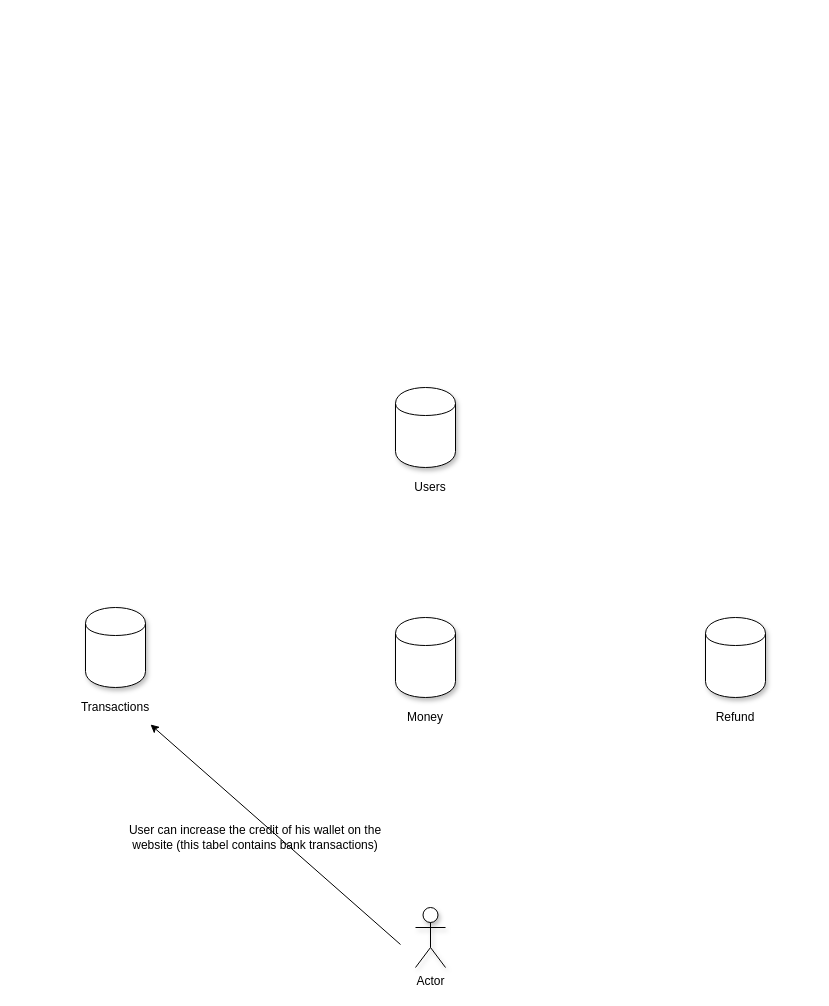
The draw.io diagram Untitled Diagram.drawio in sajadshafizadeh/test, before the edit. Source tidied: cells renumbered, new cells numbered last; positions are measured from the earlier drawing's top-left corner, leaving out a move shared by most shapes. Both pictures are drawn from the tidied source at 100%, with x=0, y=0 at pixel (85, 387).
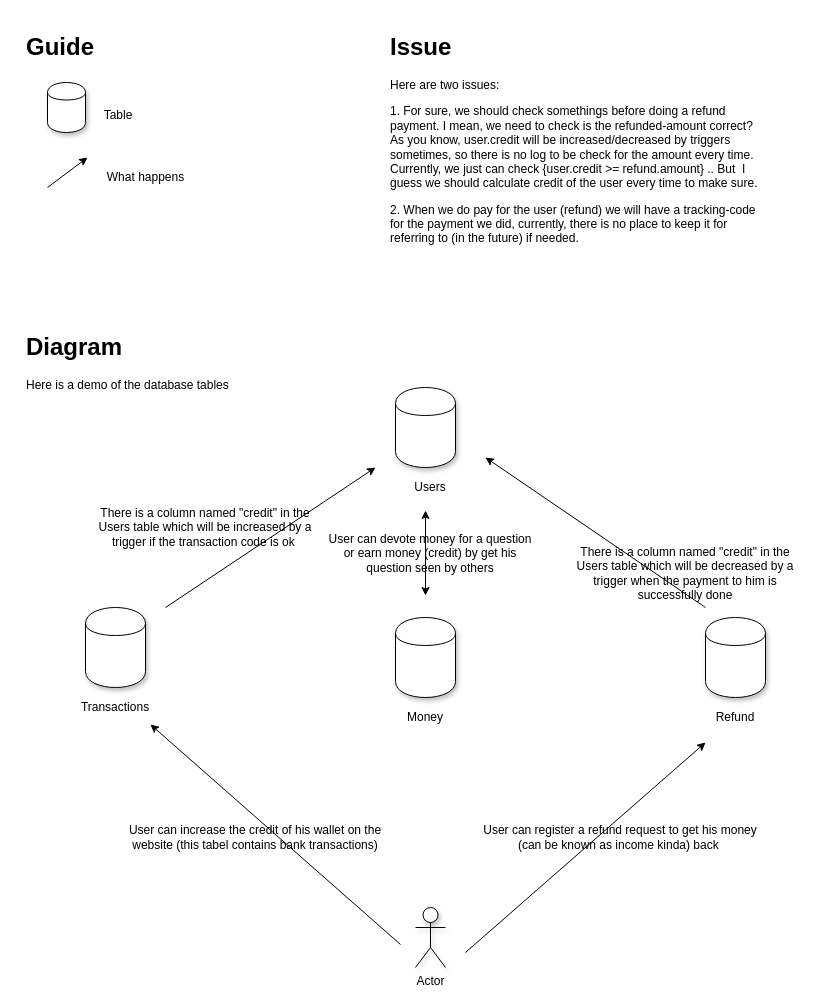
Above is the later version.

What changed in the source:
```diff
@@
+    <mxCell id="13" style="endArrow=classic;html=1;" parent="1" edge="1">
+      <mxGeometry relative="1" as="geometry">
+        <mxPoint x="80" y="220" as="sourcePoint" />
+        <mxPoint x="290" y="80" as="targetPoint" />
+      </mxGeometry>
+    </mxCell>
+    <mxCell id="14" value="There is a column named &quot;credit&quot; in the Users table which will be increased by a trigger if the transaction code is ok&amp;nbsp;" style="text;html=1;strokeColor=none;fillColor=none;align=center;verticalAlign=middle;whiteSpace=wrap;rounded=0;shadow=1;" parent="1" vertex="1">
+      <mxGeometry y="130" width="240" height="20" as="geometry" />
+    </mxCell>
+    <mxCell id="15" style="shape=cylinder;whiteSpace=wrap;html=1;boundedLbl=1;backgroundOutline=1;shadow=1;" parent="1" vertex="1">
+      <mxGeometry x="-38" y="-305" width="38" height="50" as="geometry" />
+    </mxCell>
+    <mxCell id="16" value="&lt;h1&gt;Guide&lt;/h1&gt;" style="text;html=1;strokeColor=none;fillColor=none;spacing=5;spacingTop=-20;whiteSpace=wrap;overflow=hidden;rounded=0;shadow=1;" parent="1" vertex="1">
+      <mxGeometry x="-64.5" y="-360" width="105" height="40" as="geometry" />
+    </mxCell>
+    <mxCell id="17" value="Table" style="text;html=1;strokeColor=none;fillColor=none;align=center;verticalAlign=middle;whiteSpace=wrap;rounded=0;shadow=1;" parent="1" vertex="1">
+      <mxGeometry x="8" y="-282" width="50" height="20" as="geometry" />
+    </mxCell>
+    <mxCell id="18" value="&lt;h1&gt;Diagram&lt;/h1&gt;&lt;p&gt;Here is a demo of the database tables&lt;/p&gt;" style="text;html=1;strokeColor=none;fillColor=none;spacing=5;spacingTop=-20;whiteSpace=wrap;overflow=hidden;rounded=0;shadow=1;" parent="1" vertex="1">
+      <mxGeometry x="-64" y="-60" width="225" height="80" as="geometry" />
+    </mxCell>
+    <mxCell id="19" style="endArrow=classic;html=1;" parent="1" edge="1">
+      <mxGeometry relative="1" as="geometry">
+        <mxPoint x="-38" y="-200" as="sourcePoint" />
+        <mxPoint x="2" y="-230" as="targetPoint" />
+      </mxGeometry>
+    </mxCell>
+    <mxCell id="20" value="What happens" style="text;html=1;strokeColor=none;fillColor=none;align=center;verticalAlign=middle;whiteSpace=wrap;rounded=0;shadow=1;" parent="1" vertex="1">
+      <mxGeometry x="11" y="-220" width="99" height="20" as="geometry" />
+    </mxCell>
+    <mxCell id="21" value="User can devote money for a question or earn money (credit) by get his question seen by others" style="text;html=1;strokeColor=none;fillColor=none;align=center;verticalAlign=middle;whiteSpace=wrap;rounded=0;shadow=1;" parent="1" vertex="1">
+      <mxGeometry x="240" y="156" width="210" height="20" as="geometry" />
+    </mxCell>
+    <mxCell id="22" style="endArrow=classic;startArrow=classic;html=1;" parent="1" edge="1">
+      <mxGeometry relative="1" as="geometry">
+        <mxPoint x="340" y="208" as="sourcePoint" />
+        <mxPoint x="340" y="123" as="targetPoint" />
+      </mxGeometry>
+    </mxCell>
+    <mxCell id="23" style="endArrow=classic;html=1;" parent="1" edge="1">
+      <mxGeometry relative="1" as="geometry">
+        <mxPoint x="380" y="565" as="sourcePoint" />
+        <mxPoint x="620" y="355" as="targetPoint" />
+      </mxGeometry>
+    </mxCell>
+    <mxCell id="24" value="User can register a refund request to get his money (can be known as income kinda) back&amp;nbsp;" style="text;html=1;strokeColor=none;fillColor=none;align=center;verticalAlign=middle;whiteSpace=wrap;rounded=0;shadow=1;" parent="1" vertex="1">
+      <mxGeometry x="395" y="440" width="280" height="20" as="geometry" />
+    </mxCell>
+    <mxCell id="25" style="endArrow=classic;html=1;" parent="1" edge="1">
+      <mxGeometry relative="1" as="geometry">
+        <mxPoint x="620" y="220" as="sourcePoint" />
+        <mxPoint x="400" y="70" as="targetPoint" />
+      </mxGeometry>
+    </mxCell>
+    <mxCell id="26" value="There is a column named &quot;credit&quot; in the Users table which will be decreased by a trigger when the payment to him is successfully done" style="text;html=1;strokeColor=none;fillColor=none;align=center;verticalAlign=middle;whiteSpace=wrap;rounded=0;shadow=1;" parent="1" vertex="1">
+      <mxGeometry x="480" y="176" width="240" height="20" as="geometry" />
+    </mxCell>
+    <mxCell id="27" value="&lt;h1&gt;Issue&lt;/h1&gt;&lt;p&gt;Here are two issues:&lt;/p&gt;&lt;p&gt;&lt;span&gt;1. For sure, we should check somethings before doing a refund payment. I mean, we need to check is the refunded-amount correct? As you know, user.credit will be increased/decreased by triggers sometimes, so there is no log to be check for the amount every time. Currently, we just can check {user.credit &amp;gt;= refund.amount} .. But&amp;nbsp; I guess we should calculate credit of the user every time to make sure.&lt;/span&gt;&lt;br&gt;&lt;/p&gt;&lt;p&gt;2. When we do pay for the user (refund) we will have a tracking-code for the payment we did, currently, there is no place to keep it for referring to (in the future) if needed.&lt;br&gt;&lt;/p&gt;&lt;p&gt;&lt;span&gt;&lt;br&gt;&lt;/span&gt;&lt;/p&gt;" style="text;html=1;strokeColor=none;fillColor=none;spacing=5;spacingTop=-20;whiteSpace=wrap;overflow=hidden;rounded=0;shadow=1;" parent="1" vertex="1">
+      <mxGeometry x="300" y="-360" width="380" height="220" as="geometry" />
+    </mxCell>
```
